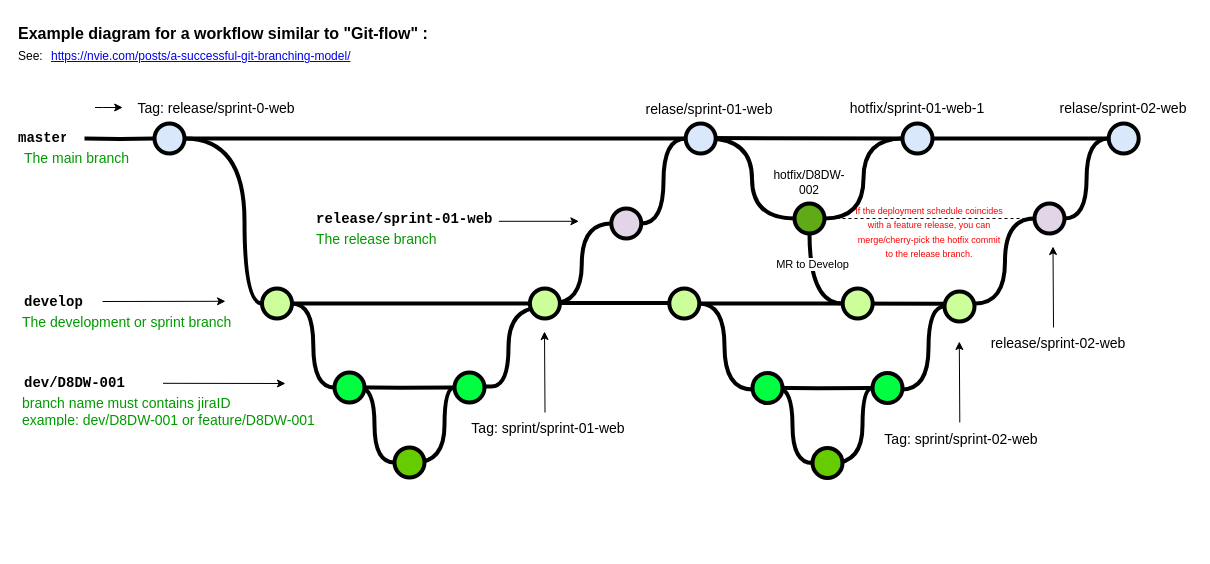
afatbenz/diagram keeps this draw.io diagram as diagram/WebUI Branching.drawio. Above is the earlier version. Source tidied: cells renumbered, new cells numbered last; positions are measured from the earlier drawing's top-left corner, leaving out a move shared by most shapes. Both pictures are drawn from the tidied source at 100%, with x=0, y=0 at pixel (16, 17).
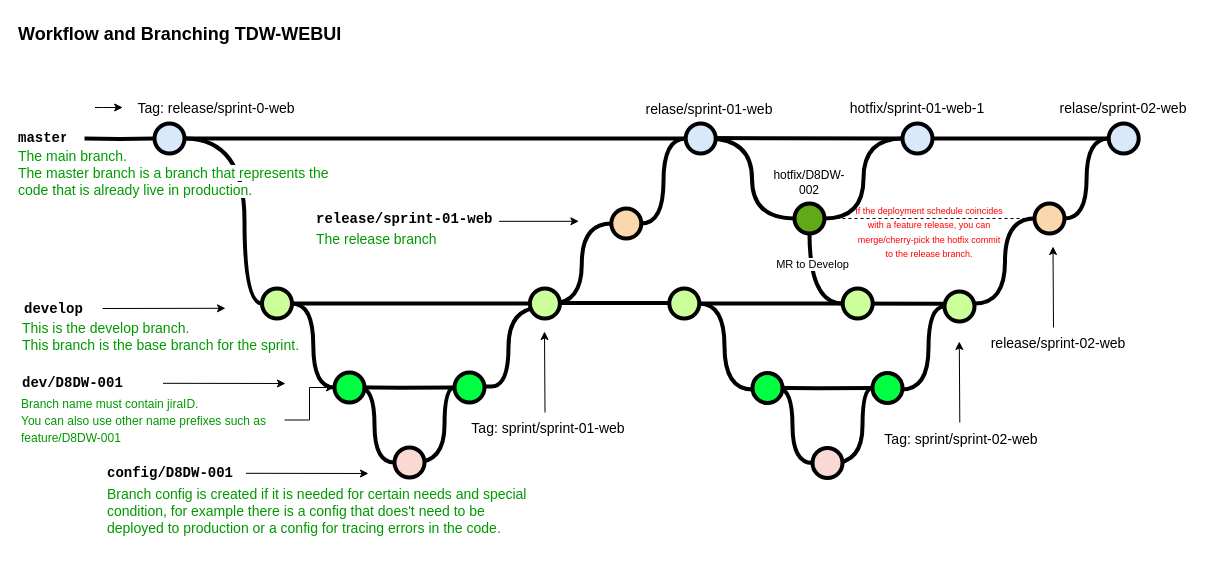
After the change.

Unchanged cells that the change refers to:
```xml
<mxCell id="48" style="verticalLabelPosition=bottom;verticalAlign=top;html=1;strokeWidth=4;shape=mxgraph.flowchart.on-page_reference;plain-purple;gradientColor=none;strokeColor=#000000;fillColor=light-dark(#00ff40, #006000);" parent="1" vertex="1">
  <mxGeometry x="318" y="355" width="30" height="30" as="geometry" />
</mxCell>
```

What changed in the source:
```diff
@@
     <mxCell id="12" value="develop" style="text;html=1;strokeColor=none;fillColor=none;align=left;verticalAlign=middle;whiteSpace=wrap;overflow=hidden;fontSize=14;fontStyle=1;fontFamily=Courier New;" parent="1" vertex="1">
-      <mxGeometry x="5.8" y="274" width="91" height="20" as="geometry" />
+      <mxGeometry x="5.8" y="281" width="91" height="20" as="geometry" />
     </mxCell>
     <mxCell id="13" value="dev/D8DW-001" style="text;html=1;strokeColor=none;fillColor=none;align=left;verticalAlign=middle;whiteSpace=wrap;overflow=hidden;fontSize=14;fontStyle=1;fontFamily=Courier New;" parent="1" vertex="1">
-      <mxGeometry x="5.5" y="355" width="240" height="20" as="geometry" />
+      <mxGeometry x="3.5" y="355" width="240" height="20" as="geometry" />
     </mxCell>
-    <mxCell id="14" value="The development or sprint branch" style="text;html=1;strokeColor=none;fillColor=none;align=left;verticalAlign=middle;whiteSpace=wrap;overflow=hidden;fontSize=14;fontStyle=0;fontColor=#009900;" parent="1" vertex="1">
-      <mxGeometry x="3.8" y="294" width="240" height="20" as="geometry" />
+    <mxCell id="14" value="&lt;div&gt;This is the develop branch.&amp;nbsp;&lt;/div&gt;&lt;div&gt;This branch is the base branch for the sprint.&lt;/div&gt;" style="text;html=1;strokeColor=none;fillColor=none;align=left;verticalAlign=middle;whiteSpace=wrap;overflow=hidden;fontSize=14;fontStyle=0;fontColor=#009900;" parent="1" vertex="1">
+      <mxGeometry x="3.8" y="291" width="294.2" height="56" as="geometry" />
     </mxCell>
+    <mxCell id="77" style="edgeStyle=orthogonalEdgeStyle;rounded=0;jettySize=auto;html=1;" parent="1" edge="1" source="15" target="48">
+      <mxGeometry relative="1" as="geometry" />
+    </mxCell>
-    <mxCell id="15" value="&lt;div&gt;branch name must contains jiraID&lt;/div&gt;&lt;div&gt;example: dev/D8DW-001 or feature/D8DW-001&lt;/div&gt;" style="text;html=1;strokeColor=none;fillColor=none;align=left;verticalAlign=middle;whiteSpace=wrap;overflow=hidden;fontSize=14;fontStyle=0;fontColor=#009900;" parent="1" vertex="1">
-      <mxGeometry x="3.8" y="375" width="304.2" height="35" as="geometry" />
+    <mxCell id="15" value="&lt;div&gt;&lt;font style=&quot;font-size: 12px;&quot;&gt;Branch name must contain jiraID.&amp;nbsp;&lt;/font&gt;&lt;/div&gt;&lt;div&gt;&lt;font style=&quot;font-size: 12px;&quot;&gt;You can also use other name prefixes such as feature/D8DW-001&lt;/font&gt;&lt;/div&gt;" style="text;html=1;strokeColor=none;fillColor=none;align=left;verticalAlign=middle;whiteSpace=wrap;overflow=hidden;fontSize=14;fontStyle=0;fontColor=#009900;" parent="1" vertex="1">
+      <mxGeometry x="3.4" y="375" width="264.6" height="55" as="geometry" />
     </mxCell>
@@
-    <mxCell id="17" value="The main branch&lt;br&gt;" style="text;html=1;strokeColor=none;fillColor=none;align=left;verticalAlign=middle;whiteSpace=wrap;overflow=hidden;fontSize=14;fontStyle=0;fontColor=#009900;" parent="1" vertex="1">
-      <mxGeometry x="6.2" y="130" width="146.8" height="20" as="geometry" />
+    <mxCell id="17" value="&lt;div&gt;&lt;span style=&quot;background-color: light-dark(#ffffff, var(--ge-dark-color, #121212));&quot;&gt;The main branch.&lt;/span&gt;&lt;/div&gt;&lt;div&gt;&lt;span style=&quot;background-color: light-dark(#ffffff, var(--ge-dark-color, #121212));&quot;&gt;The master branch is a branch that represents the code that is already live in production.&lt;/span&gt;&lt;/div&gt;" style="text;html=1;strokeColor=none;fillColor=none;align=left;verticalAlign=middle;whiteSpace=wrap;overflow=hidden;fontSize=14;fontStyle=0;fontColor=#009900;" parent="1" vertex="1">
+      <mxGeometry x="0.2" y="121" width="317.8" height="70" as="geometry" />
     </mxCell>
@@
     <mxCell id="19" style="endArrow=classic;html=1;strokeWidth=1;fontFamily=Courier New;fontColor=#009900;" parent="1" edge="1">
       <mxGeometry relative="1" as="geometry">
-        <mxPoint x="86" y="284" as="sourcePoint" />
-        <mxPoint x="209" y="283.8" as="targetPoint" />
+        <mxPoint x="86" y="291" as="sourcePoint" />
+        <mxPoint x="209" y="290.8" as="targetPoint" />
       </mxGeometry>
     </mxCell>
@@
-    <mxCell id="23" style="verticalLabelPosition=bottom;verticalAlign=top;html=1;strokeWidth=4;shape=mxgraph.flowchart.on-page_reference;plain-purple;strokeColor=default;fillColor=#e1d5e7;gradientColor=none;" parent="1" vertex="1">
+    <mxCell id="23" style="verticalLabelPosition=bottom;verticalAlign=top;html=1;strokeWidth=4;shape=mxgraph.flowchart.on-page_reference;plain-purple;strokeColor=default;fillColor=#fad7ac;gradientColor=none;" parent="1" vertex="1">
       <mxGeometry x="594.8" y="191" width="30" height="30" as="geometry" />
     </mxCell>
@@
-    <mxCell id="27" value="Example diagram for a workflow similar to &quot;Git-flow&quot; :" style="text;whiteSpace=wrap;html=1;fontStyle=1;fontSize=16;" parent="1" vertex="1">
-      <mxGeometry x="0.2" width="427.8" height="20" as="geometry" />
+    <mxCell id="27" value="&lt;font style=&quot;font-size: 18px;&quot;&gt;Workflow and Branching TDW-WEBUI&lt;/font&gt;" style="text;whiteSpace=wrap;html=1;fontStyle=1;fontSize=16;" parent="1" vertex="1">
+      <mxGeometry x="0.2" width="437.8" height="20" as="geometry" />
     </mxCell>
-    <mxCell id="28" value="&lt;a href=&quot;https://nvie.com/posts/a-successful-git-branching-model/&quot;&gt;https://nvie.com/posts/a-successful-git-branching-model/&lt;/a&gt;" style="text;whiteSpace=wrap;html=1;" parent="1" vertex="1">
-      <mxGeometry x="33" y="25" width="355" height="20" as="geometry" />
-    </mxCell>
-    <mxCell id="29" value="See:" style="text;whiteSpace=wrap;html=1;" parent="1" vertex="1">
-      <mxGeometry x="0.2" y="25" width="32.8" height="20" as="geometry" />
-    </mxCell>
@@
-    <mxCell id="46" style="verticalLabelPosition=bottom;verticalAlign=top;html=1;strokeWidth=4;shape=mxgraph.flowchart.on-page_reference;plain-purple;gradientColor=none;strokeColor=#000000;fillColor=light-dark(#66CC00,#1F2F1E);" parent="1" vertex="1">
+    <mxCell id="46" style="verticalLabelPosition=bottom;verticalAlign=top;html=1;strokeWidth=4;shape=mxgraph.flowchart.on-page_reference;plain-purple;strokeColor=default;fillColor=#fad9d5;gradientColor=none;" parent="1" vertex="1">
       <mxGeometry x="378" y="430" width="30" height="30" as="geometry" />
     </mxCell>
@@
-    <mxCell id="52" style="verticalLabelPosition=bottom;verticalAlign=top;html=1;strokeWidth=4;shape=mxgraph.flowchart.on-page_reference;plain-purple;gradientColor=none;strokeColor=#000000;fillColor=light-dark(#66CC00,#1F2F1E);" parent="1" vertex="1">
+    <mxCell id="52" style="verticalLabelPosition=bottom;verticalAlign=top;html=1;strokeWidth=4;shape=mxgraph.flowchart.on-page_reference;plain-purple;strokeColor=default;fillColor=#fad9d5;gradientColor=none;" parent="1" vertex="1">
       <mxGeometry x="796" y="430.5" width="30" height="30" as="geometry" />
     </mxCell>
@@
-    <mxCell id="60" style="verticalLabelPosition=bottom;verticalAlign=top;html=1;strokeWidth=4;shape=mxgraph.flowchart.on-page_reference;plain-purple;strokeColor=default;fillColor=#e1d5e7;gradientColor=none;" parent="1" vertex="1">
+    <mxCell id="60" style="verticalLabelPosition=bottom;verticalAlign=top;html=1;strokeWidth=4;shape=mxgraph.flowchart.on-page_reference;plain-purple;strokeColor=default;fillColor=#fad7ac;gradientColor=none;" parent="1" vertex="1">
       <mxGeometry x="1018" y="186" width="30" height="30" as="geometry" />
     </mxCell>
@@
+    <mxCell id="78" value="config/D8DW-001" style="text;html=1;strokeColor=none;fillColor=none;align=left;verticalAlign=middle;whiteSpace=wrap;overflow=hidden;fontSize=14;fontStyle=1;fontFamily=Courier New;" parent="1" vertex="1">
+      <mxGeometry x="88.5" y="445" width="240" height="20" as="geometry" />
+    </mxCell>
+    <mxCell id="79" value="Branch config is created if it is needed for certain needs and special condition, for example there is a config that does't need to be deployed to production or a config for tracing errors in the code." style="text;html=1;strokeColor=none;fillColor=none;align=left;verticalAlign=middle;whiteSpace=wrap;overflow=hidden;fontSize=14;fontStyle=0;fontColor=#009900;" parent="1" vertex="1">
+      <mxGeometry x="88.5" y="457" width="429.5" height="73" as="geometry" />
+    </mxCell>
+    <mxCell id="80" style="endArrow=classic;html=1;strokeWidth=1;fontFamily=Courier New;fontColor=#009900;" parent="1" edge="1">
+      <mxGeometry relative="1" as="geometry">
+        <mxPoint x="229.5" y="455.8" as="sourcePoint" />
+        <mxPoint x="352" y="456" as="targetPoint" />
+      </mxGeometry>
+    </mxCell>
```
